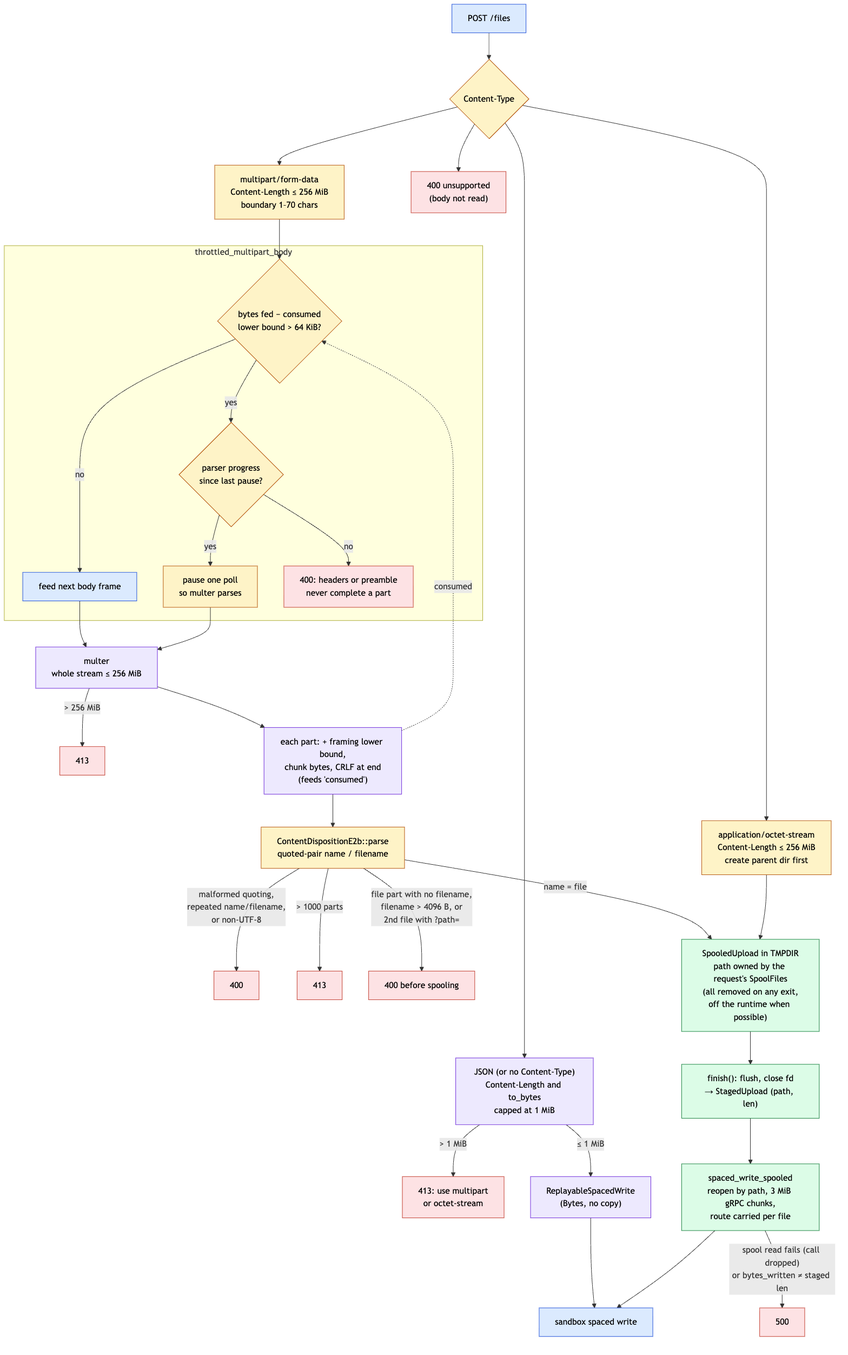
Above: docs/space/diagrams/ecw-file-upload-streaming.png in perplexityai/SPACE (Mermaid), before the change. Its source is kept beside it as docs/space/diagrams/ecw-file-upload-streaming.mmd.
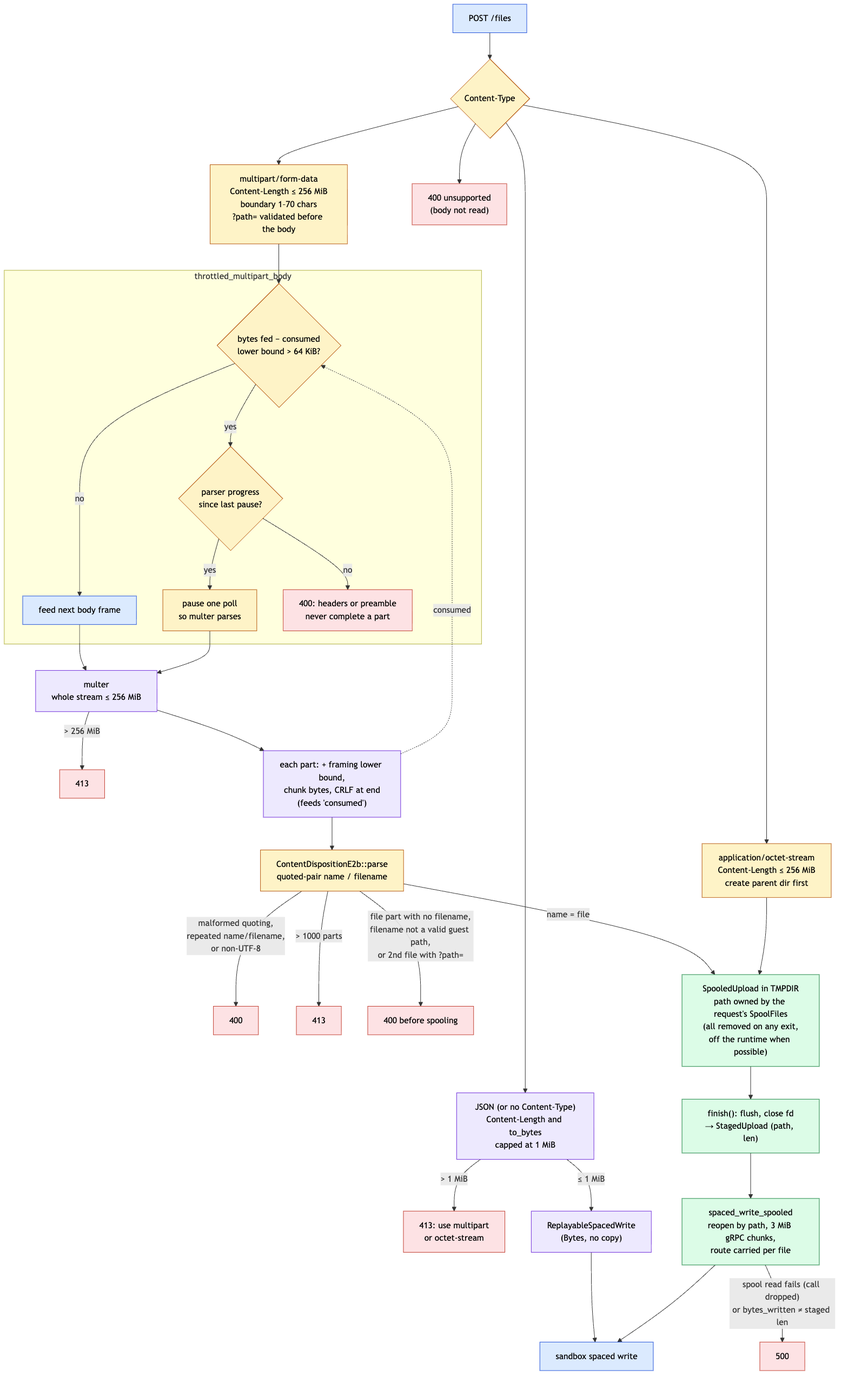
Above is the later version.

Commit message:
[data-plane] make the invalid filename test reach guest-path validation, sync spool docs and diagram

Change to the diagram source:
```diff
@@ -11,7 +11,7 @@
 
   json["JSON (or no Content-Type)<br/>Content-Length and to_bytes<br/>capped at 1 MiB"]:::mem
   oct["application/octet-stream<br/>Content-Length ≤ 256 MiB<br/>create parent dir first"]:::gate
-  mp["multipart/form-data<br/>Content-Length ≤ 256 MiB<br/>boundary 1–70 chars"]:::gate
+  mp["multipart/form-data<br/>Content-Length ≤ 256 MiB<br/>boundary 1–70 chars<br/>?path= validated before the body"]:::gate
   other["400 unsupported<br/>(body not read)"]:::reject
   ct --> json
   ct --> oct
@@ -41,7 +41,7 @@
   part --> cd["ContentDispositionE2b::parse<br/>quoted-pair name / filename"]:::gate
   cd -->|"malformed quoting,<br/>repeated name/filename,<br/>or non-UTF-8"| r400b["400"]:::reject
   cd -->|"> 1000 parts"| r413c["413"]:::reject
-  cd -->|"file part with no filename,<br/>filename > 4096 B, or<br/>2nd file with ?path="| r400c["400 before spooling"]:::reject
+  cd -->|"file part with no filename,<br/>filename not a valid guest path,<br/>or 2nd file with ?path="| r400c["400 before spooling"]:::reject
   cd -->|"name = file"| spool
   oct --> spool["SpooledUpload in TMPDIR<br/>path owned by the request's SpoolFiles<br/>(all removed on any exit,<br/>off the runtime when possible)"]:::disk
   spool --> fin["finish(): flush, close fd<br/>→ StagedUpload (path, len)"]:::disk
```
